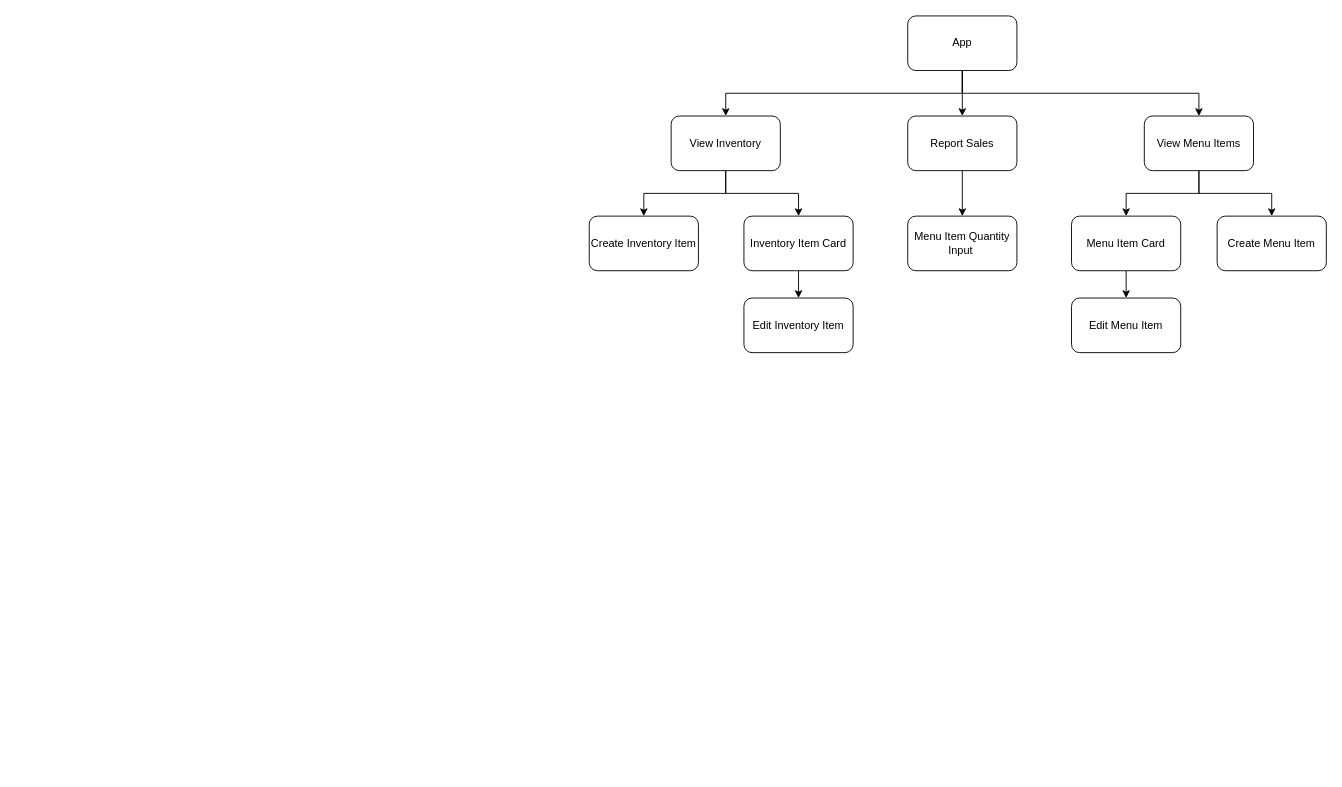
This is CHD.drawio from CarlMenke/Restaurant_Inventory, a draw.io file, before an edit. Source tidied: cells renumbered, new cells numbered last; positions are measured from the earlier drawing's top-left corner, leaving out a move shared by most shapes. Both pictures are drawn from the tidied source at 91%, with x=0, y=0 at pixel (589, 15).
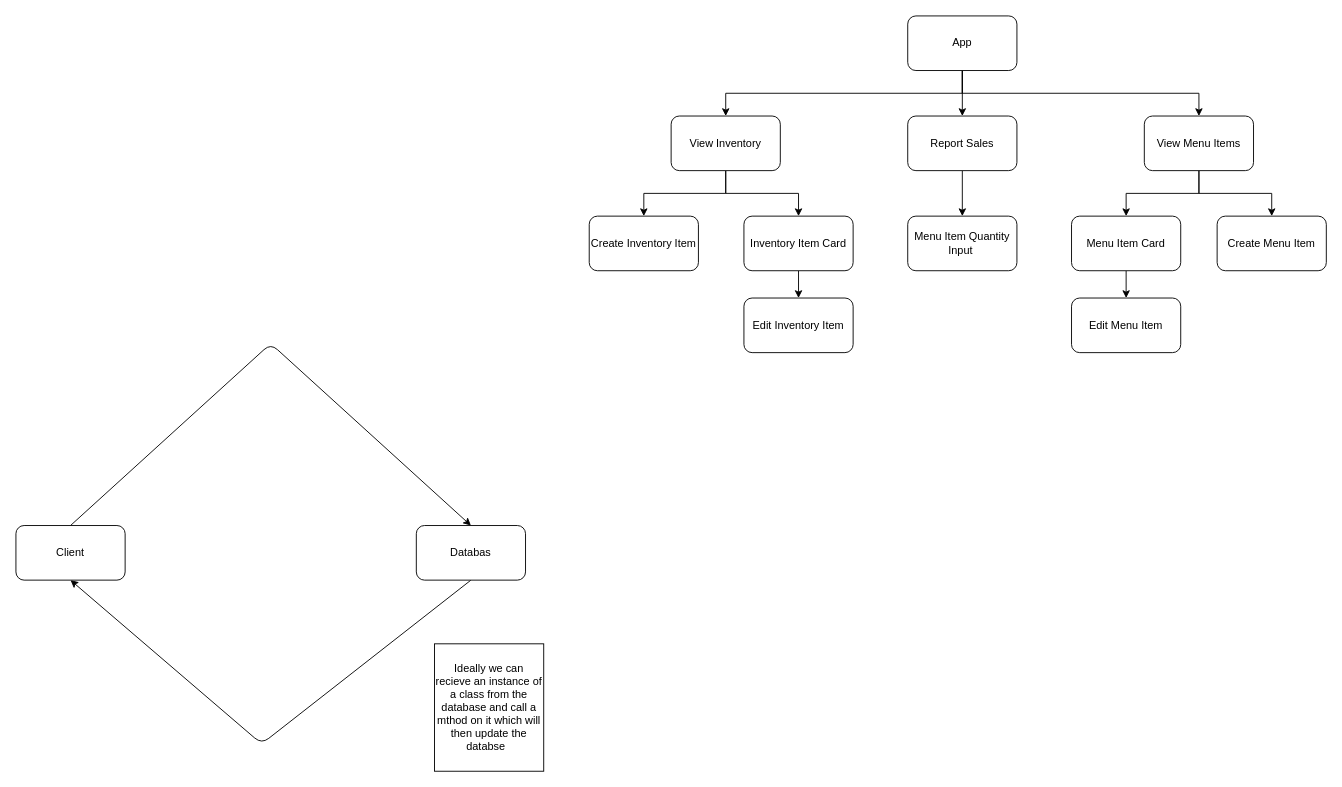
After the change.

Commit message (it also covers changes not shown here):
added further planning

Change to the diagram source:
```diff
@@
+    <mxCell id="23" style="edgeStyle=none;html=1;entryX=0.5;entryY=1;entryDx=0;entryDy=0;exitX=0.5;exitY=1;exitDx=0;exitDy=0;" parent="1" edge="1" source="24" target="26">
+      <mxGeometry relative="1" as="geometry">
+        <Array as="points">
+          <mxPoint x="-360" y="800" />
+        </Array>
+      </mxGeometry>
+    </mxCell>
+    <mxCell id="24" value="Databas" style="rounded=1;whiteSpace=wrap;html=1;" parent="1" vertex="1">
+      <mxGeometry x="-190" y="560" width="120" height="60" as="geometry" />
+    </mxCell>
+    <mxCell id="25" style="edgeStyle=none;html=1;entryX=0.5;entryY=0;entryDx=0;entryDy=0;exitX=0.5;exitY=0;exitDx=0;exitDy=0;" parent="1" edge="1" source="26" target="24">
+      <mxGeometry relative="1" as="geometry">
+        <Array as="points">
+          <mxPoint x="-350" y="360" />
+        </Array>
+      </mxGeometry>
+    </mxCell>
+    <mxCell id="26" value="Client" style="rounded=1;whiteSpace=wrap;html=1;" parent="1" vertex="1">
+      <mxGeometry x="-630" y="560" width="120" height="60" as="geometry" />
+    </mxCell>
+    <mxCell id="27" value="Ideally we can recieve an instance of a class from the database and call a mthod on it which will then update the databse&amp;nbsp;&amp;nbsp;" style="rounded=0;whiteSpace=wrap;html=1;" parent="1" vertex="1">
+      <mxGeometry x="-170" y="690" width="120" height="140" as="geometry" />
+    </mxCell>
```
